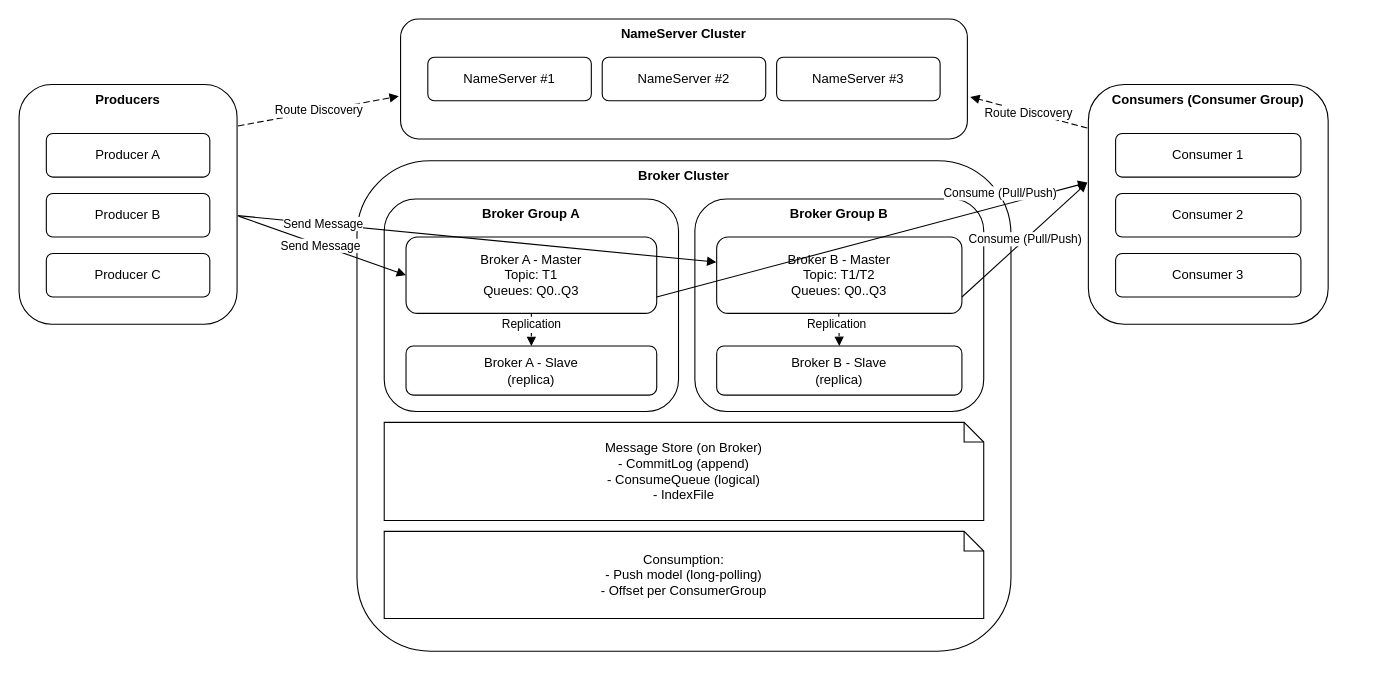
The draw.io diagram page "RocketMQ架构图" (1 of 19) of figure/figures.drawio in jqq04/nju-thesis-2026, before the edit. Source tidied: cells renumbered, new cells numbered last; positions are measured from the earlier drawing's top-left corner, leaving out a move shared by most shapes. Both pictures are drawn from the tidied source at 109%, with x=0, y=0 at pixel (19, 19).
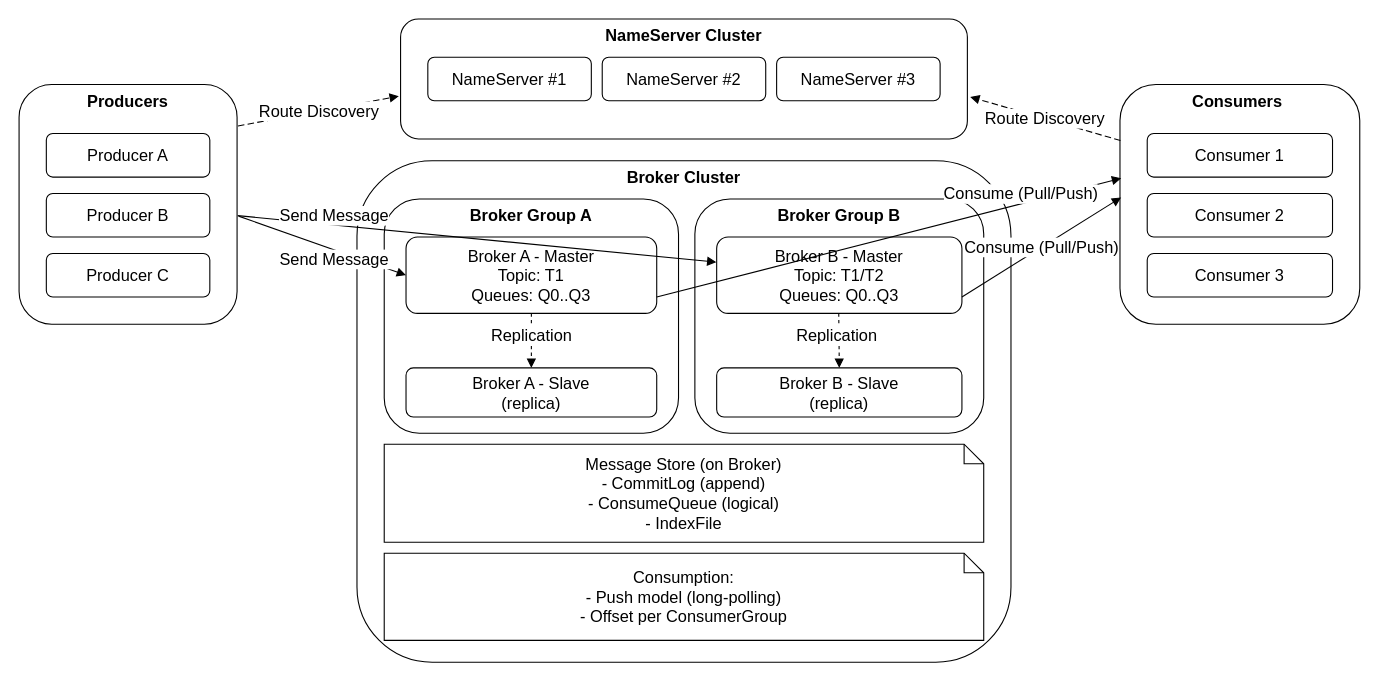
The same diagram, later.

The edit, as a diff of the source:
```diff
@@
-    <mxCell id="2" value="Producers" style="rounded=1;whiteSpace=wrap;html=1;fontStyle=1;strokeWidth=1;verticalAlign=top;" parent="1" vertex="1">
+    <mxCell id="2" value="Producers" style="rounded=1;whiteSpace=wrap;html=1;fontStyle=1;strokeWidth=1;verticalAlign=top;fontSize=15;" parent="1" vertex="1">
       <mxGeometry y="60" width="200" height="220" as="geometry" />
     </mxCell>
-    <mxCell id="3" value="Producer A" style="rounded=1;whiteSpace=wrap;html=1;" parent="1" vertex="1">
+    <mxCell id="3" value="Producer A" style="rounded=1;whiteSpace=wrap;html=1;fontSize=15;" parent="1" vertex="1">
       <mxGeometry x="25" y="105" width="150" height="40" as="geometry" />
     </mxCell>
-    <mxCell id="4" value="Producer B" style="rounded=1;whiteSpace=wrap;html=1;" parent="1" vertex="1">
+    <mxCell id="4" value="Producer B" style="rounded=1;whiteSpace=wrap;html=1;fontSize=15;" parent="1" vertex="1">
       <mxGeometry x="25" y="160" width="150" height="40" as="geometry" />
     </mxCell>
-    <mxCell id="5" value="Producer C" style="rounded=1;whiteSpace=wrap;html=1;" parent="1" vertex="1">
+    <mxCell id="5" value="Producer C" style="rounded=1;whiteSpace=wrap;html=1;fontSize=15;" parent="1" vertex="1">
       <mxGeometry x="25" y="215" width="150" height="40" as="geometry" />
     </mxCell>
-    <mxCell id="6" value="Consumers (Consumer Group)" style="rounded=1;whiteSpace=wrap;html=1;fontStyle=1;strokeWidth=1;verticalAlign=top;" parent="1" vertex="1">
-      <mxGeometry x="981" y="60" width="220" height="220" as="geometry" />
+    <mxCell id="6" value="Consumers&amp;nbsp;" style="rounded=1;whiteSpace=wrap;html=1;fontStyle=1;strokeWidth=1;verticalAlign=top;fontSize=15;" parent="1" vertex="1">
+      <mxGeometry x="1010" y="60" width="220" height="220" as="geometry" />
     </mxCell>
-    <mxCell id="7" value="Consumer 1" style="rounded=1;whiteSpace=wrap;html=1;" parent="1" vertex="1">
-      <mxGeometry x="1006" y="105" width="170" height="40" as="geometry" />
+    <mxCell id="7" value="Consumer 1" style="rounded=1;whiteSpace=wrap;html=1;fontSize=15;" parent="1" vertex="1">
+      <mxGeometry x="1035" y="105" width="170" height="40" as="geometry" />
     </mxCell>
-    <mxCell id="8" value="Consumer 2" style="rounded=1;whiteSpace=wrap;html=1;" parent="1" vertex="1">
-      <mxGeometry x="1006" y="160" width="170" height="40" as="geometry" />
+    <mxCell id="8" value="Consumer 2" style="rounded=1;whiteSpace=wrap;html=1;fontSize=15;" parent="1" vertex="1">
+      <mxGeometry x="1035" y="160" width="170" height="40" as="geometry" />
     </mxCell>
-    <mxCell id="9" value="Consumer 3" style="rounded=1;whiteSpace=wrap;html=1;" parent="1" vertex="1">
-      <mxGeometry x="1006" y="215" width="170" height="40" as="geometry" />
+    <mxCell id="9" value="Consumer 3" style="rounded=1;whiteSpace=wrap;html=1;fontSize=15;" parent="1" vertex="1">
+      <mxGeometry x="1035" y="215" width="170" height="40" as="geometry" />
     </mxCell>
-    <mxCell id="10" value="NameServer Cluster&lt;div&gt;&lt;br/&gt;&lt;/div&gt;" style="rounded=1;whiteSpace=wrap;html=1;fontStyle=1;strokeWidth=1;verticalAlign=top;" parent="1" vertex="1">
+    <mxCell id="10" value="NameServer Cluster&lt;div&gt;&lt;br&gt;&lt;/div&gt;" style="rounded=1;whiteSpace=wrap;html=1;fontStyle=1;strokeWidth=1;verticalAlign=top;fontSize=15;" parent="1" vertex="1">
       <mxGeometry x="350" width="520" height="110" as="geometry" />
     </mxCell>
-    <mxCell id="11" value="NameServer #1" style="rounded=1;whiteSpace=wrap;html=1;" parent="1" vertex="1">
+    <mxCell id="11" value="NameServer #1" style="rounded=1;whiteSpace=wrap;html=1;fontSize=15;" parent="1" vertex="1">
       <mxGeometry x="375" y="35" width="150" height="40" as="geometry" />
     </mxCell>
-    <mxCell id="12" value="NameServer #2" style="rounded=1;whiteSpace=wrap;html=1;" parent="1" vertex="1">
+    <mxCell id="12" value="NameServer #2" style="rounded=1;whiteSpace=wrap;html=1;fontSize=15;" parent="1" vertex="1">
       <mxGeometry x="535" y="35" width="150" height="40" as="geometry" />
     </mxCell>
-    <mxCell id="13" value="NameServer #3" style="rounded=1;whiteSpace=wrap;html=1;" parent="1" vertex="1">
+    <mxCell id="13" value="NameServer #3" style="rounded=1;whiteSpace=wrap;html=1;fontSize=15;" parent="1" vertex="1">
       <mxGeometry x="695" y="35" width="150" height="40" as="geometry" />
     </mxCell>
-    <mxCell id="14" value="Broker Cluster" style="rounded=1;whiteSpace=wrap;html=1;fontStyle=1;strokeWidth=1;verticalAlign=top;" parent="1" vertex="1">
-      <mxGeometry x="310" y="130" width="600" height="450" as="geometry" />
+    <mxCell id="14" value="Broker Cluster" style="rounded=1;whiteSpace=wrap;html=1;fontStyle=1;strokeWidth=1;verticalAlign=top;fontSize=15;" parent="1" vertex="1">
+      <mxGeometry x="310" y="130" width="600" height="460" as="geometry" />
     </mxCell>
-    <mxCell id="15" value="Broker Group A" style="rounded=1;whiteSpace=wrap;html=1;fontStyle=1;strokeWidth=1;verticalAlign=top;" parent="1" vertex="1">
-      <mxGeometry x="335" y="165" width="270" height="195" as="geometry" />
+    <mxCell id="15" value="Broker Group A" style="rounded=1;whiteSpace=wrap;html=1;fontStyle=1;strokeWidth=1;verticalAlign=top;fontSize=15;" parent="1" vertex="1">
+      <mxGeometry x="335" y="165" width="270" height="215" as="geometry" />
     </mxCell>
-    <mxCell id="16" value="Broker A - Master&#10;Topic: T1&#10;Queues: Q0..Q3" style="rounded=1;whiteSpace=wrap;html=1;" parent="1" vertex="1">
+    <mxCell id="16" value="Broker A - Master&#10;Topic: T1&#10;Queues: Q0..Q3" style="rounded=1;whiteSpace=wrap;html=1;fontSize=15;" parent="1" vertex="1">
       <mxGeometry x="355" y="200" width="230" height="70" as="geometry" />
     </mxCell>
-    <mxCell id="17" value="Broker A - Slave&#10;(replica)" style="rounded=1;whiteSpace=wrap;html=1;" parent="1" vertex="1">
-      <mxGeometry x="355" y="300" width="230" height="45" as="geometry" />
+    <mxCell id="17" value="Broker A - Slave&#10;(replica)" style="rounded=1;whiteSpace=wrap;html=1;fontSize=15;" parent="1" vertex="1">
+      <mxGeometry x="355" y="320" width="230" height="45" as="geometry" />
     </mxCell>
-    <mxCell id="18" value="Broker Group B" style="rounded=1;whiteSpace=wrap;html=1;fontStyle=1;strokeWidth=1;verticalAlign=top;" parent="1" vertex="1">
-      <mxGeometry x="620" y="165" width="265" height="195" as="geometry" />
+    <mxCell id="18" value="Broker Group B" style="rounded=1;whiteSpace=wrap;html=1;fontStyle=1;strokeWidth=1;verticalAlign=top;fontSize=15;" parent="1" vertex="1">
+      <mxGeometry x="620" y="165" width="265" height="215" as="geometry" />
     </mxCell>
-    <mxCell id="19" value="Broker B - Master&#10;Topic: T1/T2&#10;Queues: Q0..Q3" style="rounded=1;whiteSpace=wrap;html=1;" parent="1" vertex="1">
+    <mxCell id="19" value="Broker B - Master&#10;Topic: T1/T2&#10;Queues: Q0..Q3" style="rounded=1;whiteSpace=wrap;html=1;fontSize=15;" parent="1" vertex="1">
       <mxGeometry x="640" y="200" width="225" height="70" as="geometry" />
     </mxCell>
-    <mxCell id="20" value="Broker B - Slave&#10;(replica)" style="rounded=1;whiteSpace=wrap;html=1;" parent="1" vertex="1">
-      <mxGeometry x="640" y="300" width="225" height="45" as="geometry" />
+    <mxCell id="20" value="Broker B - Slave&#10;(replica)" style="rounded=1;whiteSpace=wrap;html=1;fontSize=15;" parent="1" vertex="1">
+      <mxGeometry x="640" y="320" width="225" height="45" as="geometry" />
     </mxCell>
-    <mxCell id="21" value="Message Store (on Broker)&#10;- CommitLog (append)&#10;- ConsumeQueue (logical)&#10;- IndexFile" style="shape=note;whiteSpace=wrap;html=1;size=18;" parent="1" vertex="1">
-      <mxGeometry x="335" y="370" width="550" height="90" as="geometry" />
+    <mxCell id="21" value="Message Store (on Broker)&#10;- CommitLog (append)&#10;- ConsumeQueue (logical)&#10;- IndexFile" style="shape=note;whiteSpace=wrap;html=1;size=18;fontSize=15;" parent="1" vertex="1">
+      <mxGeometry x="335" y="390" width="550" height="90" as="geometry" />
     </mxCell>
-    <mxCell id="22" value="Consumption:&#10;- Push model (long-polling)&#10;- Offset per ConsumerGroup" style="shape=note;whiteSpace=wrap;html=1;size=18;" parent="1" vertex="1">
-      <mxGeometry x="335" y="470" width="550" height="80" as="geometry" />
+    <mxCell id="22" value="Consumption:&#10;- Push model (long-polling)&#10;- Offset per ConsumerGroup" style="shape=note;whiteSpace=wrap;html=1;size=18;fontSize=15;" parent="1" vertex="1">
+      <mxGeometry x="335" y="490" width="550" height="80" as="geometry" />
     </mxCell>
-    <mxCell id="23" value="Route Discovery" style="endArrow=block;html=1;rounded=0;dashed=1;dashPattern=6 3;strokeWidth=1;exitX=1.004;exitY=0.173;exitDx=0;exitDy=0;exitPerimeter=0;entryX=-0.003;entryY=0.643;entryDx=0;entryDy=0;entryPerimeter=0;" parent="1" edge="1" source="2" target="10">
+    <mxCell id="23" value="Route Discovery" style="endArrow=block;html=1;rounded=0;dashed=1;dashPattern=6 3;strokeWidth=1;exitX=1.004;exitY=0.173;exitDx=0;exitDy=0;exitPerimeter=0;entryX=-0.003;entryY=0.643;entryDx=0;entryDy=0;entryPerimeter=0;fontSize=15;" parent="1" edge="1" source="2" target="10">
       <mxGeometry relative="1" as="geometry" />
     </mxCell>
-    <mxCell id="24" value="Route Discovery" style="endArrow=block;html=1;rounded=0;dashed=1;dashPattern=6 3;strokeWidth=1;entryX=1.005;entryY=0.649;entryDx=0;entryDy=0;entryPerimeter=0;" parent="1" edge="1" target="10">
-      <mxGeometry relative="1" as="geometry">
-        <mxPoint x="980" y="100" as="sourcePoint" />
-      </mxGeometry>
+    <mxCell id="24" value="Route Discovery" style="endArrow=block;html=1;rounded=0;dashed=1;dashPattern=6 3;strokeWidth=1;entryX=1.005;entryY=0.649;entryDx=0;entryDy=0;entryPerimeter=0;fontSize=15;exitX=0.002;exitY=0.234;exitDx=0;exitDy=0;exitPerimeter=0;" parent="1" edge="1" source="6" target="10">
+      <mxGeometry relative="1" as="geometry" />
     </mxCell>
-    <mxCell id="25" value="Send Message&amp;nbsp;" style="endArrow=block;html=1;rounded=0;strokeWidth=1;exitX=1.007;exitY=0.549;exitDx=0;exitDy=0;exitPerimeter=0;entryX=0;entryY=0.5;entryDx=0;entryDy=0;" parent="1" edge="1" source="2" target="16">
-      <mxGeometry relative="1" as="geometry" />
+    <mxCell id="25" value="Send Message&amp;nbsp;" style="endArrow=block;html=1;rounded=0;strokeWidth=1;exitX=1.007;exitY=0.549;exitDx=0;exitDy=0;exitPerimeter=0;entryX=0;entryY=0.5;entryDx=0;entryDy=0;fontSize=15;" parent="1" edge="1" source="2" target="16">
+      <mxGeometry x="0.19" y="-7" relative="1" as="geometry" />
     </mxCell>
-    <mxCell id="26" value="Send Message" style="endArrow=block;html=1;rounded=0;strokeWidth=1;exitX=1.003;exitY=0.547;exitDx=0;exitDy=0;exitPerimeter=0;entryX=-0.001;entryY=0.329;entryDx=0;entryDy=0;entryPerimeter=0;" parent="1" edge="1" source="2" target="19">
-      <mxGeometry x="-0.64" relative="1" as="geometry" />
+    <mxCell id="26" value="Send Message" style="endArrow=block;html=1;rounded=0;strokeWidth=1;exitX=1.003;exitY=0.547;exitDx=0;exitDy=0;exitPerimeter=0;entryX=-0.001;entryY=0.329;entryDx=0;entryDy=0;entryPerimeter=0;fontSize=15;" parent="1" edge="1" source="2" target="19">
+      <mxGeometry x="-0.6" y="9" relative="1" as="geometry" />
     </mxCell>
-    <mxCell id="27" value="Consume (Pull/Push)" style="endArrow=block;html=1;rounded=0;strokeWidth=1;" parent="1" edge="1">
+    <mxCell id="27" value="Consume (Pull/Push)" style="endArrow=block;html=1;rounded=0;strokeWidth=1;fontSize=15;entryX=0.005;entryY=0.471;entryDx=0;entryDy=0;entryPerimeter=0;" parent="1" edge="1" target="6">
       <mxGeometry relative="1" as="geometry">
         <mxPoint x="865" y="255" as="sourcePoint" />
-        <mxPoint x="980" y="150" as="targetPoint" />
       </mxGeometry>
     </mxCell>
-    <mxCell id="28" value="Consume (Pull/Push)" style="endArrow=block;html=1;rounded=0;strokeWidth=1;" parent="1" edge="1">
-      <mxGeometry x="0.61" y="11" relative="1" as="geometry">
+    <mxCell id="28" value="Consume (Pull/Push)" style="endArrow=block;html=1;rounded=0;strokeWidth=1;fontSize=15;entryX=0.005;entryY=0.391;entryDx=0;entryDy=0;entryPerimeter=0;" parent="1" edge="1" target="6">
+      <mxGeometry x="0.58" y="9" relative="1" as="geometry">
         <mxPoint x="585" y="255" as="sourcePoint" />
-        <mxPoint x="980" y="150" as="targetPoint" />
       </mxGeometry>
     </mxCell>
-    <mxCell id="29" value="Replication" style="endArrow=block;html=1;rounded=0;dashed=1;dashPattern=3 3;strokeWidth=1;entryX=0.5;entryY=0;entryDx=0;entryDy=0;" parent="1" edge="1" target="17">
-      <mxGeometry x="-0.33" relative="1" as="geometry">
+    <mxCell id="29" value="Replication" style="endArrow=block;html=1;rounded=0;dashed=1;dashPattern=3 3;strokeWidth=1;entryX=0.5;entryY=0;entryDx=0;entryDy=0;fontSize=15;" parent="1" edge="1" target="17">
+      <mxGeometry x="-0.2" relative="1" as="geometry">
         <mxPoint x="470" y="270" as="sourcePoint" />
+        <Array as="points">
+          <mxPoint x="470" y="300" />
+        </Array>
       </mxGeometry>
     </mxCell>
-    <mxCell id="30" value="Replication" style="endArrow=block;html=1;rounded=0;dashed=1;dashPattern=3 3;strokeWidth=1;entryX=0.5;entryY=0;entryDx=0;entryDy=0;" parent="1" edge="1" target="20">
-      <mxGeometry x="-0.34" y="-2" relative="1" as="geometry">
+    <mxCell id="30" value="Replication" style="endArrow=block;html=1;rounded=0;dashed=1;dashPattern=3 3;strokeWidth=1;entryX=0.5;entryY=0;entryDx=0;entryDy=0;fontSize=15;" parent="1" edge="1" target="20">
+      <mxGeometry x="-0.2" y="-2" relative="1" as="geometry">
         <mxPoint x="752" y="270" as="sourcePoint" />
       </mxGeometry>
     </mxCell>
```
